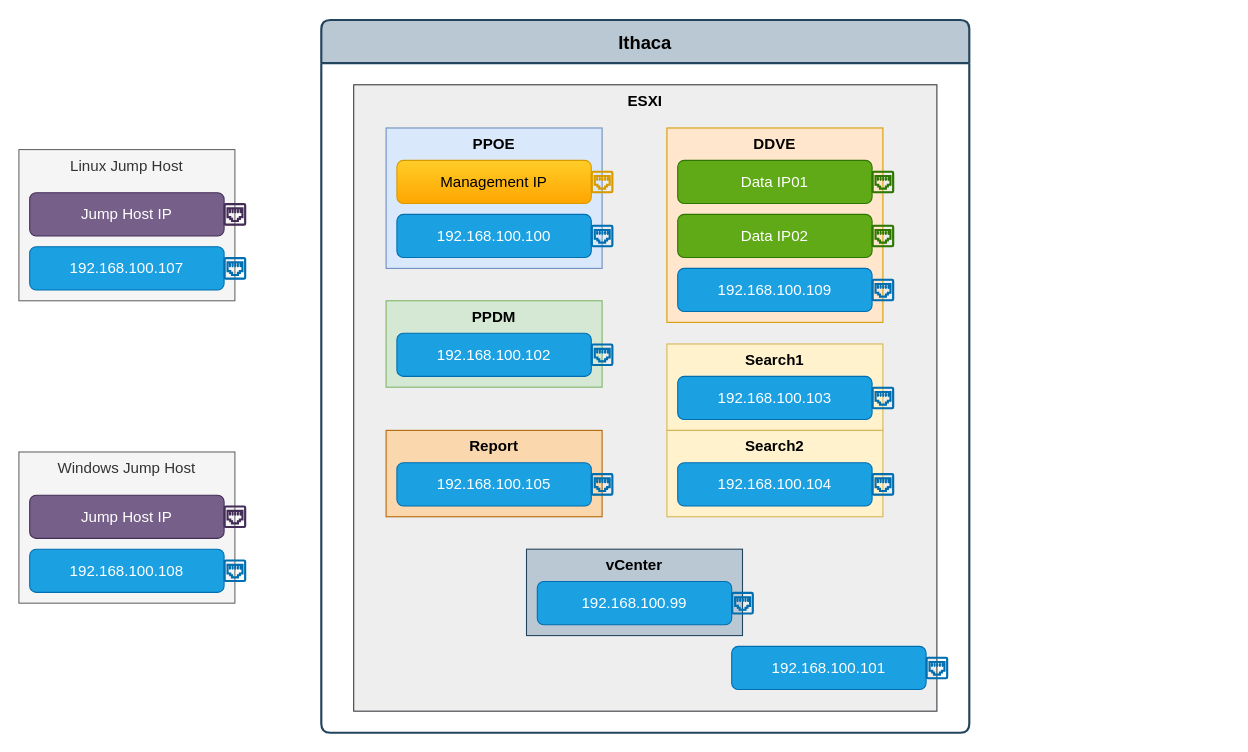
The draw.io diagram page "DM5500" (12 of 15) of VLAN.drawio in gaivin/drawio, before the edit. Source tidied: cells renumbered, new cells numbered last; positions are measured from the earlier drawing's top-left corner, leaving out a move shared by most shapes. Both pictures are drawn from the tidied source at 108%, with x=0, y=0 at pixel (18, 19).
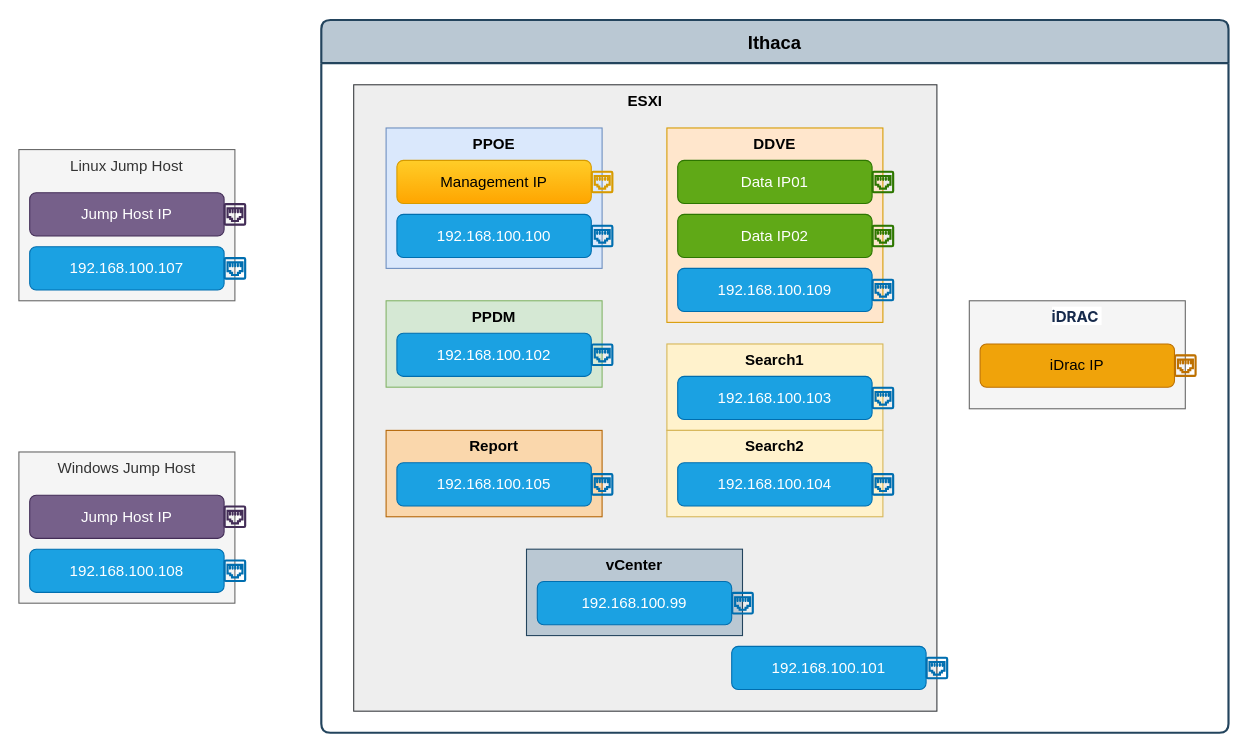
The same diagram, later.

The edit, as a diff of the source:
```diff
@@
     <mxCell id="2" value="Ithaca" style="swimlane;startSize=40;fontSize=17;rounded=1;arcSize=7;glass=0;shadow=0;sketch=0;fillColor=#bac8d3;strokeColor=#23445d;strokeWidth=2;" parent="1" vertex="1">
-      <mxGeometry x="280" width="600" height="660" as="geometry" />
+      <mxGeometry x="280" width="840" height="660" as="geometry" />
     </mxCell>
@@
+    <mxCell id="51" value="&lt;strong style=&quot;color: rgb(23, 43, 77); font-family: -apple-system, BlinkMacSystemFont, &amp;quot;Segoe UI&amp;quot;, Roboto, Oxygen, Ubuntu, &amp;quot;Fira Sans&amp;quot;, &amp;quot;Droid Sans&amp;quot;, &amp;quot;Helvetica Neue&amp;quot;, sans-serif; text-align: left; background-color: rgb(255, 255, 255);&quot;&gt;iDRAC&amp;nbsp;&lt;/strong&gt;" style="rounded=0;whiteSpace=wrap;html=1;shadow=0;glass=0;sketch=0;fontSize=14;verticalAlign=top;fillColor=#f5f5f5;fontColor=#333333;strokeColor=#666666;" parent="2" vertex="1">
+      <mxGeometry x="600" y="260" width="200" height="100" as="geometry" />
+    </mxCell>
+    <mxCell id="52" value="iDrac IP" style="rounded=1;whiteSpace=wrap;html=1;shadow=0;glass=0;sketch=0;fontSize=14;fillColor=#f0a30a;strokeColor=#BD7000;fontColor=#000000;" parent="2" vertex="1">
+      <mxGeometry x="610" y="300" width="180" height="40" as="geometry" />
+    </mxCell>
+    <mxCell id="53" style="sketch=0;shadow=0;dashed=0;html=1;strokeColor=#BD7000;fillColor=#f0a30a;labelPosition=center;verticalLabelPosition=bottom;verticalAlign=top;align=center;shape=mxgraph.vvd.ethernet_port;rounded=1;glass=0;fontSize=14;fontColor=#000000;" parent="2" vertex="1">
+      <mxGeometry x="790" y="310" width="20" height="20" as="geometry" />
+    </mxCell>
```
